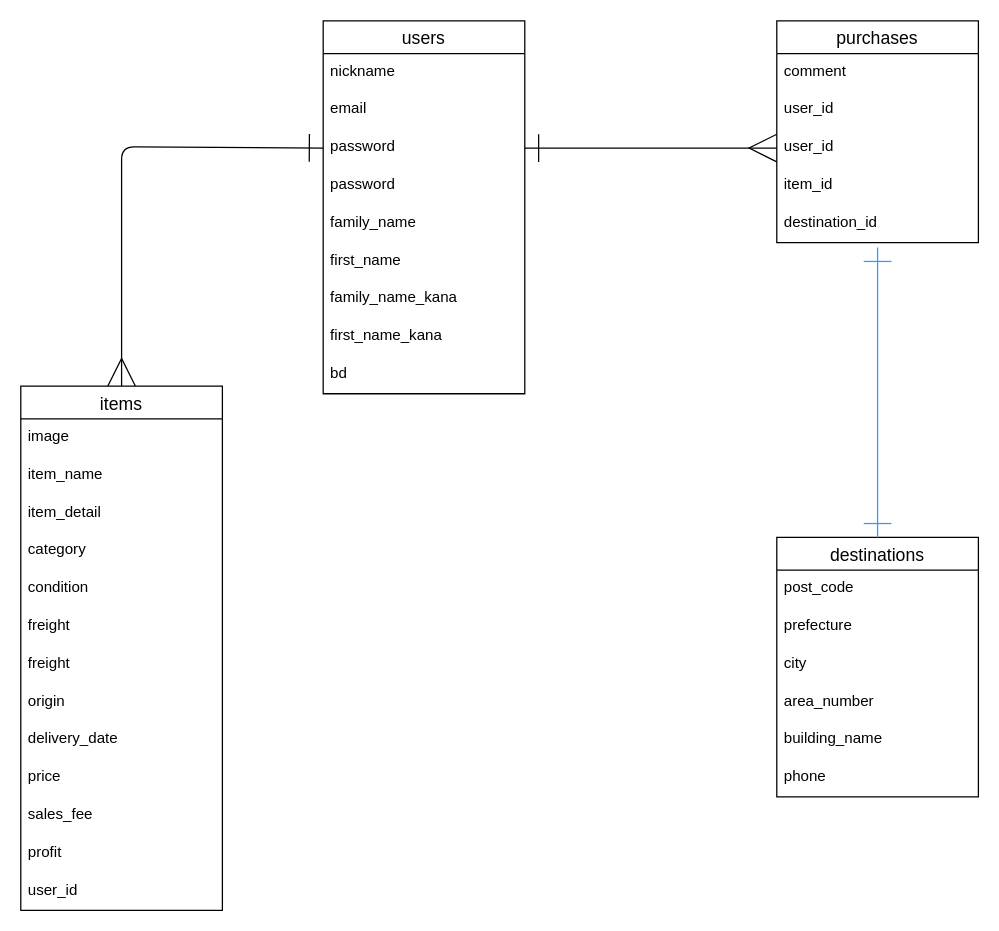
This is ER.dio from SymTr/furima-40603, a draw.io file, before an edit. Source tidied: cells renumbered, new cells numbered last; positions are measured from the earlier drawing's top-left corner, leaving out a move shared by most shapes. Both pictures are drawn from the tidied source at 126%, with x=0, y=0 at pixel (20, 20).
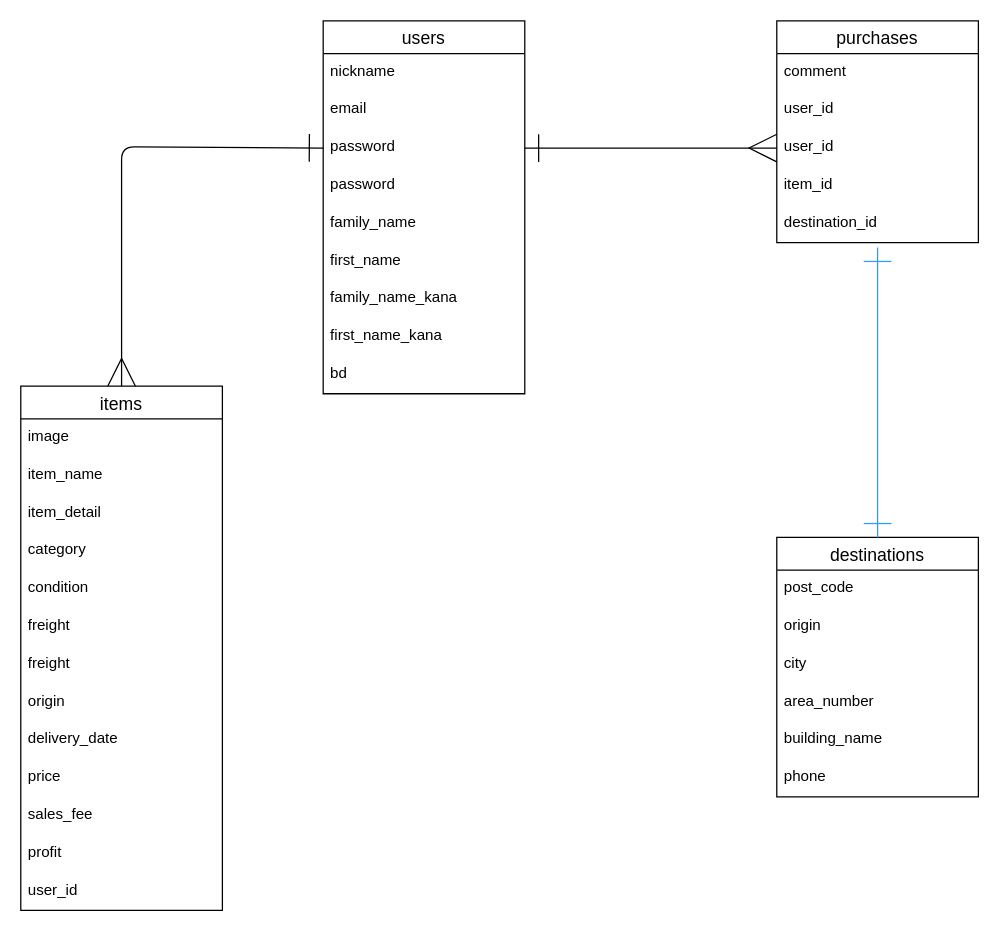
After the change.

Unchanged cells that the change refers to:
```xml
<mxCell id="33" value="destinations" style="swimlane;fontStyle=0;horizontal=1;startSize=26;align=center;fontSize=14;" parent="1" vertex="1">
  <mxGeometry x="600" y="410" width="160" height="206" as="geometry" />
</mxCell>
```

What changed in the source:
```diff
@@
-    <mxCell id="35" value="prefecture" style="text;strokeColor=none;fillColor=none;spacingLeft=4;spacingRight=4;overflow=hidden;fontSize=12;" parent="33" vertex="1">
+    <mxCell id="35" value="origin" style="text;strokeColor=none;fillColor=none;spacingLeft=4;spacingRight=4;overflow=hidden;fontSize=12;" parent="33" vertex="1">
       <mxGeometry y="56" width="160" height="30" as="geometry" />
     </mxCell>
```
